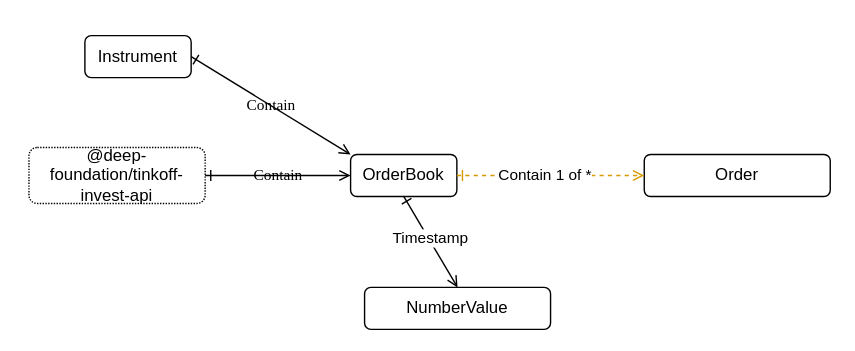
suenot/deep-tinkoff-invest-api keeps this draw.io diagram as src/orderbook/OrderBook.drawio.svg. Above is the earlier version. Source tidied: cells renumbered, new cells last; positions are measured from the earlier drawing's top-left corner, leaving out a move shared by most shapes.
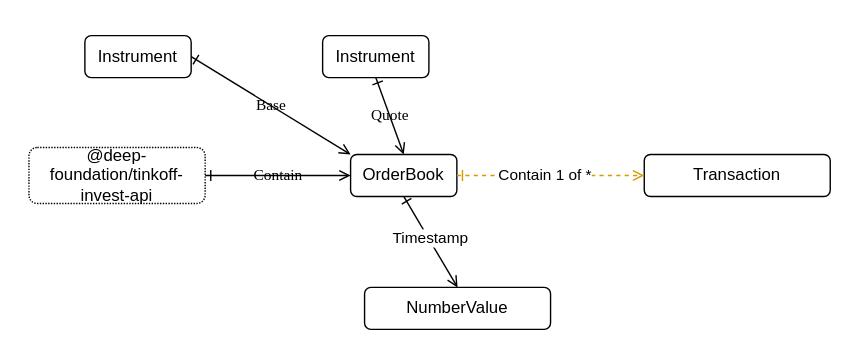
The same diagram one commit later.

Commit message:
Order, Trade, Operation -> Transaction

What changed in the source:
```diff
@@ -8,7 +8,7 @@
     <mxCell id="3" value="OrderBook" style="rounded=1;whiteSpace=wrap;html=1;labelBackgroundColor=none;" parent="1" vertex="1">
       <mxGeometry x="250" y="110" width="76" height="30" as="geometry" />
     </mxCell>
-    <mxCell id="4" value="Order" style="rounded=1;whiteSpace=wrap;html=1;labelBackgroundColor=none;" parent="1" vertex="1">
+    <mxCell id="4" value="Transaction" style="rounded=1;whiteSpace=wrap;html=1;labelBackgroundColor=none;" parent="1" vertex="1">
       <mxGeometry x="460" y="110" width="133" height="30" as="geometry" />
     </mxCell>
     <mxCell id="5" style="edgeStyle=none;html=1;exitX=1;exitY=0.5;exitDx=0;exitDy=0;startArrow=ERone;startFill=0;entryX=0;entryY=0.5;entryDx=0;entryDy=0;endArrow=open;endFill=0;dashed=1;strokeColor=#D79B00;" parent="1" edge="1" source="3" target="4">
@@ -26,7 +26,7 @@
     <mxCell id="9" value="Instrument" style="rounded=1;whiteSpace=wrap;html=1;labelBackgroundColor=none;" parent="1" vertex="1">
       <mxGeometry x="60" y="25" width="76" height="30" as="geometry" />
     </mxCell>
-    <mxCell id="10" value="Contain" style="jettySize=auto;html=1;shadow=0;labelBackgroundColor=none;startArrow=ERone;startFill=0;endArrow=open;endFill=0;fontColor=#000000;fontFamily=Comic Sans MS;exitX=1;exitY=0.5;exitDx=0;exitDy=0;entryX=0;entryY=0;entryDx=0;entryDy=0;" parent="1" edge="1" source="9" target="3">
+    <mxCell id="10" value="Base" style="jettySize=auto;html=1;shadow=0;labelBackgroundColor=none;startArrow=ERone;startFill=0;endArrow=open;endFill=0;fontColor=#000000;fontFamily=Comic Sans MS;exitX=1;exitY=0.5;exitDx=0;exitDy=0;entryX=0;entryY=0;entryDx=0;entryDy=0;" parent="1" edge="1" source="9" target="3">
       <mxGeometry relative="1" as="geometry" />
     </mxCell>
     <mxCell id="11" value="NumberValue" style="rounded=1;whiteSpace=wrap;html=1;labelBackgroundColor=none;" parent="1" vertex="1">
@@ -38,5 +38,11 @@
     <mxCell id="13" value="Timestamp" style="edgeLabel;html=1;align=center;verticalAlign=middle;" parent="12" vertex="1">
       <mxGeometry x="-0.07" y="1" relative="1" as="geometry" />
     </mxCell>
+    <mxCell id="14" value="Instrument" style="rounded=1;whiteSpace=wrap;html=1;labelBackgroundColor=none;" parent="1" vertex="1">
+      <mxGeometry x="230" y="25" width="76" height="30" as="geometry" />
+    </mxCell>
+    <mxCell id="15" value="Quote" style="jettySize=auto;html=1;shadow=0;labelBackgroundColor=none;startArrow=ERone;startFill=0;endArrow=open;endFill=0;fontColor=#000000;fontFamily=Comic Sans MS;exitX=0.5;exitY=1;exitDx=0;exitDy=0;entryX=0.5;entryY=0;entryDx=0;entryDy=0;" parent="1" edge="1" source="14" target="3">
+      <mxGeometry relative="1" as="geometry" />
+    </mxCell>
   </root>
 </mxGraphModel>
```
